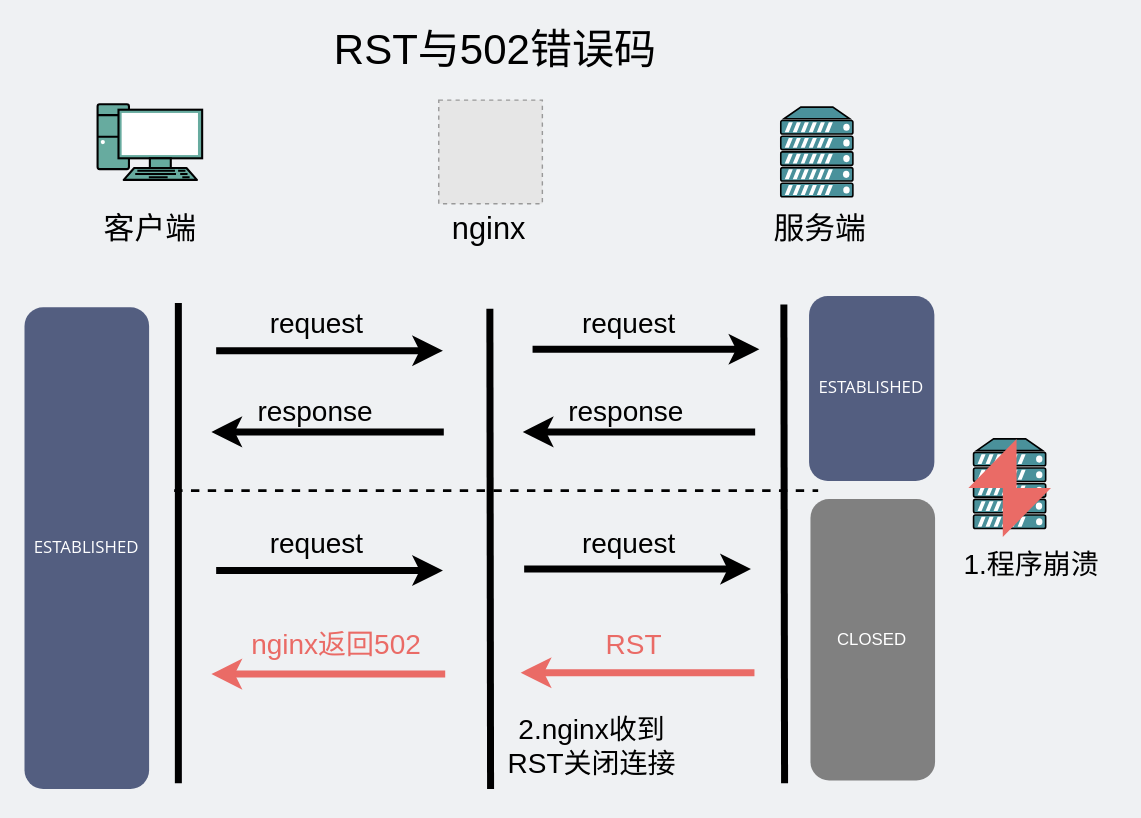
Above: network/RST与502.drawio in xiaobaiTech/image (draw.io), before the change. Source tidied: cells renumbered, new cells numbered last; positions are measured from the earlier drawing's top-left corner, leaving out a move shared by most shapes. Both pictures are drawn from the tidied source at 140%, with x=0, y=0 at pixel (24, 29). Pictures stored in the file or linked from it are replaced by grey dashed boxes.
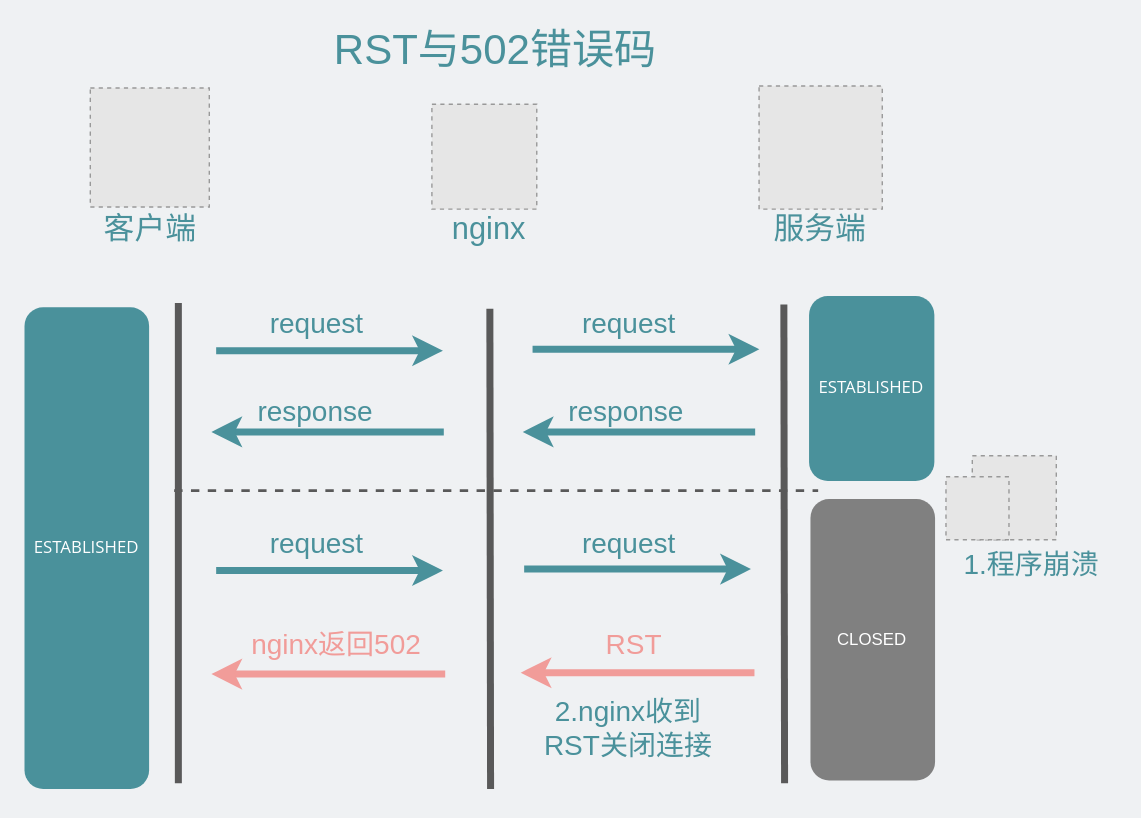
After the change.

The edit, as a diff of the source:
```diff
@@
-    <mxCell id="2" style="fontColor=#0066CC;verticalAlign=top;verticalLabelPosition=bottom;labelPosition=center;align=center;html=1;gradientColor=none;gradientDirection=north;strokeWidth=2;shape=mxgraph.networks.pc;fillColor=#67AB9F;fontSize=30;" parent="1" vertex="1">
-      <mxGeometry x="52.2" y="53" width="74.7" height="54" as="geometry" />
-    </mxCell>
-    <mxCell id="3" value="客户端" style="text;html=1;strokeColor=none;fillColor=none;align=center;verticalAlign=middle;whiteSpace=wrap;rounded=0;fontSize=22;" parent="1" vertex="1">
+    <mxCell id="3" value="客户端" style="text;html=1;strokeColor=none;fillColor=none;align=center;verticalAlign=middle;whiteSpace=wrap;rounded=0;fontSize=22;fontColor=#4A919B;" parent="1" vertex="1">
       <mxGeometry x="45.5" y="133" width="87.9" height="20" as="geometry" />
     </mxCell>
-    <mxCell id="4" style="fontColor=#0066CC;verticalAlign=top;verticalLabelPosition=bottom;labelPosition=center;align=center;html=1;gradientColor=none;gradientDirection=north;strokeWidth=2;shape=mxgraph.networks.server;fillColor=#4A919B;" parent="1" vertex="1">
-      <mxGeometry x="540.2" y="55" width="51.5" height="64" as="geometry" />
-    </mxCell>
-    <mxCell id="5" value="服务端" style="text;html=1;strokeColor=none;fillColor=none;align=center;verticalAlign=middle;whiteSpace=wrap;rounded=0;fontSize=22;" parent="1" vertex="1">
+    <mxCell id="5" value="服务端" style="text;html=1;strokeColor=none;fillColor=none;align=center;verticalAlign=middle;whiteSpace=wrap;rounded=0;fontSize=22;fontColor=#4A919B;" parent="1" vertex="1">
       <mxGeometry x="479.2" y="133" width="179" height="20" as="geometry" />
     </mxCell>
-    <mxCell id="6" value="&lt;font style=&quot;font-size: 30px&quot;&gt;RST与502错误码&lt;/font&gt;" style="text;html=1;strokeColor=none;fillColor=none;align=center;verticalAlign=middle;whiteSpace=wrap;rounded=0;" parent="1" vertex="1">
+    <mxCell id="6" value="&lt;font color=&quot;#4a919b&quot; style=&quot;font-size: 30px&quot;&gt;RST与502错误码&lt;/font&gt;" style="text;html=1;strokeColor=none;fillColor=none;align=center;verticalAlign=middle;whiteSpace=wrap;rounded=0;" parent="1" vertex="1">
       <mxGeometry x="138.9" width="395" height="28" as="geometry" />
     </mxCell>
-    <mxCell id="7" style="endArrow=none;html=1;strokeWidth=5;" parent="1" edge="1">
+    <mxCell id="7" style="endArrow=none;html=1;strokeWidth=5;strokeColor=#595959;" parent="1" edge="1">
       <mxGeometry relative="1" as="geometry">
         <mxPoint x="109.9" y="538" as="sourcePoint" />
         <mxPoint x="109.9" y="195" as="targetPoint" />
       </mxGeometry>
     </mxCell>
-    <mxCell id="8" style="endArrow=classic;html=1;strokeWidth=5;fontSize=20;" parent="1" edge="1">
+    <mxCell id="8" style="endArrow=classic;html=1;strokeWidth=5;fontSize=20;strokeColor=#4A919B;" parent="1" edge="1">
       <mxGeometry relative="1" as="geometry">
         <mxPoint x="362.9" y="228" as="sourcePoint" />
         <mxPoint x="524.9" y="228" as="targetPoint" />
       </mxGeometry>
     </mxCell>
-    <mxCell id="9" style="endArrow=none;html=1;strokeWidth=5;startArrow=classic;startFill=1;endFill=0;fontColor=#4A919B;" parent="1" edge="1">
+    <mxCell id="9" style="endArrow=none;html=1;strokeWidth=5;startArrow=classic;startFill=1;endFill=0;fontColor=#4A919B;strokeColor=#4A919B;" parent="1" edge="1">
       <mxGeometry relative="1" as="geometry">
         <mxPoint x="355.9" y="287" as="sourcePoint" />
         <mxPoint x="521.9" y="287" as="targetPoint" />
       </mxGeometry>
     </mxCell>
-    <mxCell id="10" value="&lt;span style=&quot;font-family: &amp;quot;open sans&amp;quot; , &amp;quot;clear sans&amp;quot; , &amp;quot;helvetica neue&amp;quot; , &amp;quot;helvetica&amp;quot; , &amp;quot;arial&amp;quot; , sans-serif&quot;&gt;&lt;font style=&quot;font-size: 12px&quot;&gt;ESTABLISHED&lt;/font&gt;&lt;/span&gt;" style="rounded=1;whiteSpace=wrap;html=1;dashed=1;strokeWidth=3;strokeColor=none;fillColor=#535E80;fontColor=#FFFFFF;" parent="1" vertex="1">
+    <mxCell id="10" value="&lt;span style=&quot;font-family: &amp;quot;open sans&amp;quot; , &amp;quot;clear sans&amp;quot; , &amp;quot;helvetica neue&amp;quot; , &amp;quot;helvetica&amp;quot; , &amp;quot;arial&amp;quot; , sans-serif&quot;&gt;&lt;font style=&quot;font-size: 12px&quot;&gt;ESTABLISHED&lt;/font&gt;&lt;/span&gt;" style="rounded=1;whiteSpace=wrap;html=1;dashed=1;strokeWidth=3;strokeColor=none;fillColor=#4A919B;fontColor=#FFFFFF;" parent="1" vertex="1">
       <mxGeometry x="560.4" y="190" width="89.5" height="132" as="geometry" />
     </mxCell>
-    <mxCell id="11" style="endArrow=none;html=1;strokeWidth=5;" parent="1" edge="1">
+    <mxCell id="11" style="endArrow=none;html=1;strokeWidth=5;strokeColor=#595959;" parent="1" edge="1">
       <mxGeometry relative="1" as="geometry">
         <mxPoint x="542.9" y="538" as="sourcePoint" />
         <mxPoint x="542.4" y="196" as="targetPoint" />
       </mxGeometry>
     </mxCell>
@@
-    <mxCell id="13" value="&lt;span style=&quot;font-family: &amp;#34;open sans&amp;#34; , &amp;#34;clear sans&amp;#34; , &amp;#34;helvetica neue&amp;#34; , &amp;#34;helvetica&amp;#34; , &amp;#34;arial&amp;#34; , sans-serif&quot;&gt;&lt;font style=&quot;font-size: 12px&quot;&gt;ESTABLISHED&lt;br&gt;&lt;/font&gt;&lt;/span&gt;" style="rounded=1;whiteSpace=wrap;html=1;dashed=1;strokeWidth=3;fillColor=#535E80;strokeColor=none;fontColor=#FFFFFF;" parent="1" vertex="1">
+    <mxCell id="13" value="&lt;span style=&quot;font-family: &amp;#34;open sans&amp;#34; , &amp;#34;clear sans&amp;#34; , &amp;#34;helvetica neue&amp;#34; , &amp;#34;helvetica&amp;#34; , &amp;#34;arial&amp;#34; , sans-serif&quot;&gt;&lt;font style=&quot;font-size: 12px&quot;&gt;ESTABLISHED&lt;br&gt;&lt;/font&gt;&lt;/span&gt;" style="rounded=1;whiteSpace=wrap;html=1;dashed=1;strokeWidth=3;fillColor=#4A919B;strokeColor=none;fontColor=#FFFFFF;" parent="1" vertex="1">
       <mxGeometry y="198" width="89" height="344" as="geometry" />
     </mxCell>
-    <mxCell id="14" style="fontColor=#0066CC;verticalAlign=top;verticalLabelPosition=bottom;labelPosition=center;align=center;html=1;gradientColor=none;gradientDirection=north;strokeWidth=2;shape=mxgraph.networks.server;fillColor=#4A919B;" parent="1" vertex="1">
-      <mxGeometry x="677.9" y="292" width="51.5" height="64" as="geometry" />
-    </mxCell>
-    <mxCell id="15" style="html=1;verticalLabelPosition=bottom;align=center;labelBackgroundColor=#ffffff;verticalAlign=top;strokeWidth=2;shadow=0;dashed=0;shape=mxgraph.ios7.icons.flash;strokeColor=none;fillColor=#EA6B66;" parent="1" vertex="1">
-      <mxGeometry x="674.2" y="292" width="59" height="70" as="geometry" />
-    </mxCell>
-    <mxCell id="16" value="&lt;font style=&quot;font-size: 20px&quot;&gt;1.程序崩溃&lt;/font&gt;" style="text;html=1;strokeColor=none;fillColor=none;align=center;verticalAlign=middle;whiteSpace=wrap;rounded=0;" parent="1" vertex="1">
+    <mxCell id="16" value="&lt;font color=&quot;#4a919b&quot; style=&quot;font-size: 20px&quot;&gt;1.程序崩溃&lt;/font&gt;" style="text;html=1;strokeColor=none;fillColor=none;align=center;verticalAlign=middle;whiteSpace=wrap;rounded=0;" parent="1" vertex="1">
       <mxGeometry x="658.2" y="364" width="122.7" height="33" as="geometry" />
     </mxCell>
-    <mxCell id="17" style="endArrow=none;html=1;strokeWidth=5;startArrow=classic;startFill=1;endFill=0;fontColor=#4A919B;strokeColor=#EA6B66;" parent="1" edge="1">
+    <mxCell id="17" style="endArrow=none;html=1;strokeWidth=5;startArrow=classic;startFill=1;endFill=0;fontColor=#4A919B;strokeColor=#F19C99;" parent="1" edge="1">
       <mxGeometry relative="1" as="geometry">
         <mxPoint x="354.4" y="459" as="sourcePoint" />
         <mxPoint x="521.4" y="459" as="targetPoint" />
       </mxGeometry>
     </mxCell>
-    <mxCell id="18" value="RST" style="text;html=1;strokeColor=none;fillColor=none;align=center;verticalAlign=middle;whiteSpace=wrap;rounded=0;fontSize=20;rotation=0;fontColor=#EA6B66;" parent="1" vertex="1">
+    <mxCell id="18" value="&lt;font color=&quot;#f19c99&quot;&gt;RST&lt;/font&gt;" style="text;html=1;strokeColor=none;fillColor=none;align=center;verticalAlign=middle;whiteSpace=wrap;rounded=0;fontSize=20;rotation=0;fontColor=#EA6B66;" parent="1" vertex="1">
       <mxGeometry x="392.2" y="422" width="87" height="32" as="geometry" />
     </mxCell>
-    <mxCell id="19" value="&lt;font style=&quot;font-size: 20px&quot;&gt;2.nginx收到&lt;br&gt;RST关闭连接&lt;br&gt;&lt;/font&gt;" style="text;html=1;strokeColor=none;fillColor=none;align=center;verticalAlign=middle;whiteSpace=wrap;rounded=0;" parent="1" vertex="1">
-      <mxGeometry x="323.9" y="485" width="163" height="51" as="geometry" />
+    <mxCell id="19" value="&lt;font style=&quot;font-size: 20px&quot;&gt;&lt;font color=&quot;#4a919b&quot;&gt;2.nginx收到&lt;br&gt;RST关闭连接&lt;/font&gt;&lt;br&gt;&lt;/font&gt;" style="text;html=1;strokeColor=none;fillColor=none;align=center;verticalAlign=middle;whiteSpace=wrap;rounded=0;" parent="1" vertex="1">
+      <mxGeometry x="350.4" y="472" width="163" height="51" as="geometry" />
     </mxCell>
-    <mxCell id="20" style="endArrow=none;html=1;strokeWidth=5;" parent="1" edge="1">
+    <mxCell id="20" style="endArrow=none;html=1;strokeWidth=5;strokeColor=#595959;" parent="1" edge="1">
       <mxGeometry relative="1" as="geometry">
         <mxPoint x="332.9" y="542" as="sourcePoint" />
         <mxPoint x="332.4" y="199" as="targetPoint" />
       </mxGeometry>
     </mxCell>
-    <mxCell id="21" style="fillColor=#E6E6E6;strokeColor=#999999;dashed=1;html=1;verticalAlign=top;verticalLabelPosition=bottom;labelBackgroundColor=#ffffff;" parent="1" vertex="1">
-      <mxGeometry x="295.9" y="50" width="74" height="74" as="geometry" />
-    </mxCell>
-    <mxCell id="22" value="nginx" style="text;html=1;strokeColor=none;fillColor=none;align=center;verticalAlign=middle;whiteSpace=wrap;rounded=0;fontSize=22;" parent="1" vertex="1">
+    <mxCell id="22" value="nginx" style="text;html=1;strokeColor=none;fillColor=none;align=center;verticalAlign=middle;whiteSpace=wrap;rounded=0;fontSize=22;fontColor=#4A919B;" parent="1" vertex="1">
       <mxGeometry x="287.9" y="133" width="87.9" height="20" as="geometry" />
     </mxCell>
-    <mxCell id="23" value="&lt;span style=&quot;font-size: 20px&quot;&gt;request&lt;/span&gt;" style="text;html=1;strokeColor=none;fillColor=none;align=center;verticalAlign=middle;whiteSpace=wrap;rounded=0;" parent="1" vertex="1">
+    <mxCell id="23" value="&lt;span style=&quot;font-size: 20px&quot;&gt;request&lt;/span&gt;" style="text;html=1;strokeColor=none;fillColor=none;align=center;verticalAlign=middle;whiteSpace=wrap;rounded=0;fontColor=#4A919B;" parent="1" vertex="1">
       <mxGeometry x="365.9" y="199" width="132" height="20" as="geometry" />
     </mxCell>
-    <mxCell id="24" style="endArrow=classic;html=1;strokeWidth=5;fontSize=20;" parent="1" edge="1">
+    <mxCell id="24" style="endArrow=classic;html=1;strokeWidth=5;fontSize=20;strokeColor=#4A919B;fontColor=#4A919B;" parent="1" edge="1">
       <mxGeometry relative="1" as="geometry">
         <mxPoint x="136.9" y="229" as="sourcePoint" />
         <mxPoint x="298.9" y="229" as="targetPoint" />
       </mxGeometry>
     </mxCell>
-    <mxCell id="25" value="&lt;span style=&quot;font-size: 20px&quot;&gt;request&lt;/span&gt;" style="text;html=1;strokeColor=none;fillColor=none;align=center;verticalAlign=middle;whiteSpace=wrap;rounded=0;" parent="1" vertex="1">
+    <mxCell id="25" value="&lt;span style=&quot;font-size: 20px&quot;&gt;request&lt;/span&gt;" style="text;html=1;strokeColor=none;fillColor=none;align=center;verticalAlign=middle;whiteSpace=wrap;rounded=0;fontColor=#4A919B;" parent="1" vertex="1">
       <mxGeometry x="142.9" y="199" width="132" height="20" as="geometry" />
     </mxCell>
-    <mxCell id="26" value="&lt;span style=&quot;font-size: 20px&quot;&gt;response&lt;/span&gt;" style="text;html=1;strokeColor=none;fillColor=none;align=center;verticalAlign=middle;whiteSpace=wrap;rounded=0;" parent="1" vertex="1">
+    <mxCell id="26" value="&lt;span style=&quot;font-size: 20px&quot;&gt;response&lt;/span&gt;" style="text;html=1;strokeColor=none;fillColor=none;align=center;verticalAlign=middle;whiteSpace=wrap;rounded=0;fontColor=#4A919B;" parent="1" vertex="1">
       <mxGeometry x="363.9" y="262" width="132" height="20" as="geometry" />
     </mxCell>
-    <mxCell id="27" style="endArrow=none;html=1;strokeWidth=5;startArrow=classic;startFill=1;endFill=0;fontColor=#4A919B;" parent="1" edge="1">
+    <mxCell id="27" style="endArrow=none;html=1;strokeWidth=5;startArrow=classic;startFill=1;endFill=0;fontColor=#4A919B;strokeColor=#4A919B;" parent="1" edge="1">
       <mxGeometry relative="1" as="geometry">
         <mxPoint x="133.5" y="287" as="sourcePoint" />
         <mxPoint x="299.5" y="287" as="targetPoint" />
       </mxGeometry>
     </mxCell>
-    <mxCell id="28" value="&lt;span style=&quot;font-size: 20px&quot;&gt;response&lt;/span&gt;" style="text;html=1;strokeColor=none;fillColor=none;align=center;verticalAlign=middle;whiteSpace=wrap;rounded=0;" parent="1" vertex="1">
+    <mxCell id="28" value="&lt;span style=&quot;font-size: 20px&quot;&gt;response&lt;/span&gt;" style="text;html=1;strokeColor=none;fillColor=none;align=center;verticalAlign=middle;whiteSpace=wrap;rounded=0;fontColor=#4A919B;" parent="1" vertex="1">
       <mxGeometry x="141.5" y="262" width="132" height="20" as="geometry" />
     </mxCell>
-    <mxCell id="29" style="endArrow=classic;html=1;strokeWidth=5;fontSize=20;" parent="1" edge="1">
+    <mxCell id="29" style="endArrow=classic;html=1;strokeWidth=5;fontSize=20;fontColor=#4A919B;strokeColor=#4A919B;" parent="1" edge="1">
       <mxGeometry relative="1" as="geometry">
         <mxPoint x="136.9" y="386" as="sourcePoint" />
         <mxPoint x="298.9" y="386" as="targetPoint" />
       </mxGeometry>
     </mxCell>
-    <mxCell id="30" value="&lt;span style=&quot;font-size: 20px&quot;&gt;request&lt;/span&gt;" style="text;html=1;strokeColor=none;fillColor=none;align=center;verticalAlign=middle;whiteSpace=wrap;rounded=0;" parent="1" vertex="1">
+    <mxCell id="30" value="&lt;span style=&quot;font-size: 20px&quot;&gt;request&lt;/span&gt;" style="text;html=1;strokeColor=none;fillColor=none;align=center;verticalAlign=middle;whiteSpace=wrap;rounded=0;fontColor=#4A919B;" parent="1" vertex="1">
       <mxGeometry x="142.9" y="356" width="132" height="20" as="geometry" />
     </mxCell>
-    <mxCell id="31" style="endArrow=classic;html=1;strokeWidth=5;fontSize=20;" parent="1" edge="1">
+    <mxCell id="31" style="endArrow=classic;html=1;strokeWidth=5;fontSize=20;strokeColor=#4A919B;" parent="1" edge="1">
       <mxGeometry relative="1" as="geometry">
         <mxPoint x="356.9" y="385" as="sourcePoint" />
         <mxPoint x="518.9" y="385" as="targetPoint" />
       </mxGeometry>
     </mxCell>
-    <mxCell id="32" value="&lt;span style=&quot;font-size: 20px&quot;&gt;request&lt;/span&gt;" style="text;html=1;strokeColor=none;fillColor=none;align=center;verticalAlign=middle;whiteSpace=wrap;rounded=0;" parent="1" vertex="1">
+    <mxCell id="32" value="&lt;span style=&quot;font-size: 20px&quot;&gt;request&lt;/span&gt;" style="text;html=1;strokeColor=none;fillColor=none;align=center;verticalAlign=middle;whiteSpace=wrap;rounded=0;fontColor=#4A919B;" parent="1" vertex="1">
       <mxGeometry x="365.9" y="356" width="132" height="20" as="geometry" />
     </mxCell>
-    <mxCell id="33" style="endArrow=none;dashed=1;html=1;strokeColor=#000000;strokeWidth=2;" parent="1" edge="1">
+    <mxCell id="33" style="endArrow=none;dashed=1;html=1;strokeColor=#595959;strokeWidth=2;" parent="1" edge="1">
       <mxGeometry relative="1" as="geometry">
         <mxPoint x="106.9" y="329" as="sourcePoint" />
         <mxPoint x="566.9" y="329" as="targetPoint" />
       </mxGeometry>
     </mxCell>
-    <mxCell id="34" style="endArrow=none;html=1;strokeWidth=5;startArrow=classic;startFill=1;endFill=0;fontColor=#4A919B;strokeColor=#EA6B66;" parent="1" edge="1">
+    <mxCell id="34" style="endArrow=none;html=1;strokeWidth=5;startArrow=classic;startFill=1;endFill=0;fontColor=#4A919B;strokeColor=#F19C99;" parent="1" edge="1">
       <mxGeometry relative="1" as="geometry">
         <mxPoint x="133.5" y="460" as="sourcePoint" />
         <mxPoint x="300.5" y="460" as="targetPoint" />
       </mxGeometry>
     </mxCell>
-    <mxCell id="35" value="nginx返回502" style="text;html=1;strokeColor=none;fillColor=none;align=center;verticalAlign=middle;whiteSpace=wrap;rounded=0;fontSize=20;rotation=0;fontColor=#EA6B66;" parent="1" vertex="1">
+    <mxCell id="35" value="&lt;font color=&quot;#f19c99&quot;&gt;nginx返回502&lt;/font&gt;" style="text;html=1;strokeColor=none;fillColor=none;align=center;verticalAlign=middle;whiteSpace=wrap;rounded=0;fontSize=20;rotation=0;fontColor=#EA6B66;" parent="1" vertex="1">
       <mxGeometry x="157.9" y="422" width="130" height="32" as="geometry" />
     </mxCell>
+    <mxCell id="36" style="fillColor=#E6E6E6;strokeColor=#999999;dashed=1;verticalLabelPosition=bottom;labelBackgroundColor=default;verticalAlign=top;" parent="1" vertex="1">
+      <mxGeometry x="291" y="53" width="74.9" height="74.9" as="geometry" />
+    </mxCell>
+    <mxCell id="37" style="fillColor=#E6E6E6;strokeColor=#999999;dashed=1;verticalLabelPosition=bottom;verticalAlign=top;" parent="1" vertex="1">
+      <mxGeometry x="524.7" y="39.9" width="88" height="88" as="geometry" />
+    </mxCell>
+    <mxCell id="38" style="fillColor=#E6E6E6;strokeColor=#999999;dashed=1;verticalLabelPosition=bottom;verticalAlign=top;" parent="1" vertex="1">
+      <mxGeometry x="47" y="41.4" width="85" height="85" as="geometry" />
+    </mxCell>
+    <mxCell id="39" style="fillColor=#E6E6E6;strokeColor=#999999;dashed=1;verticalLabelPosition=bottom;verticalAlign=top;" parent="1" vertex="1">
+      <mxGeometry x="677" y="304" width="60" height="60" as="geometry" />
+    </mxCell>
+    <mxCell id="40" style="fillColor=#E6E6E6;strokeColor=#999999;dashed=1;verticalLabelPosition=bottom;verticalAlign=top;" parent="1" vertex="1">
+      <mxGeometry x="658.2" y="319" width="45" height="45" as="geometry" />
+    </mxCell>
```
